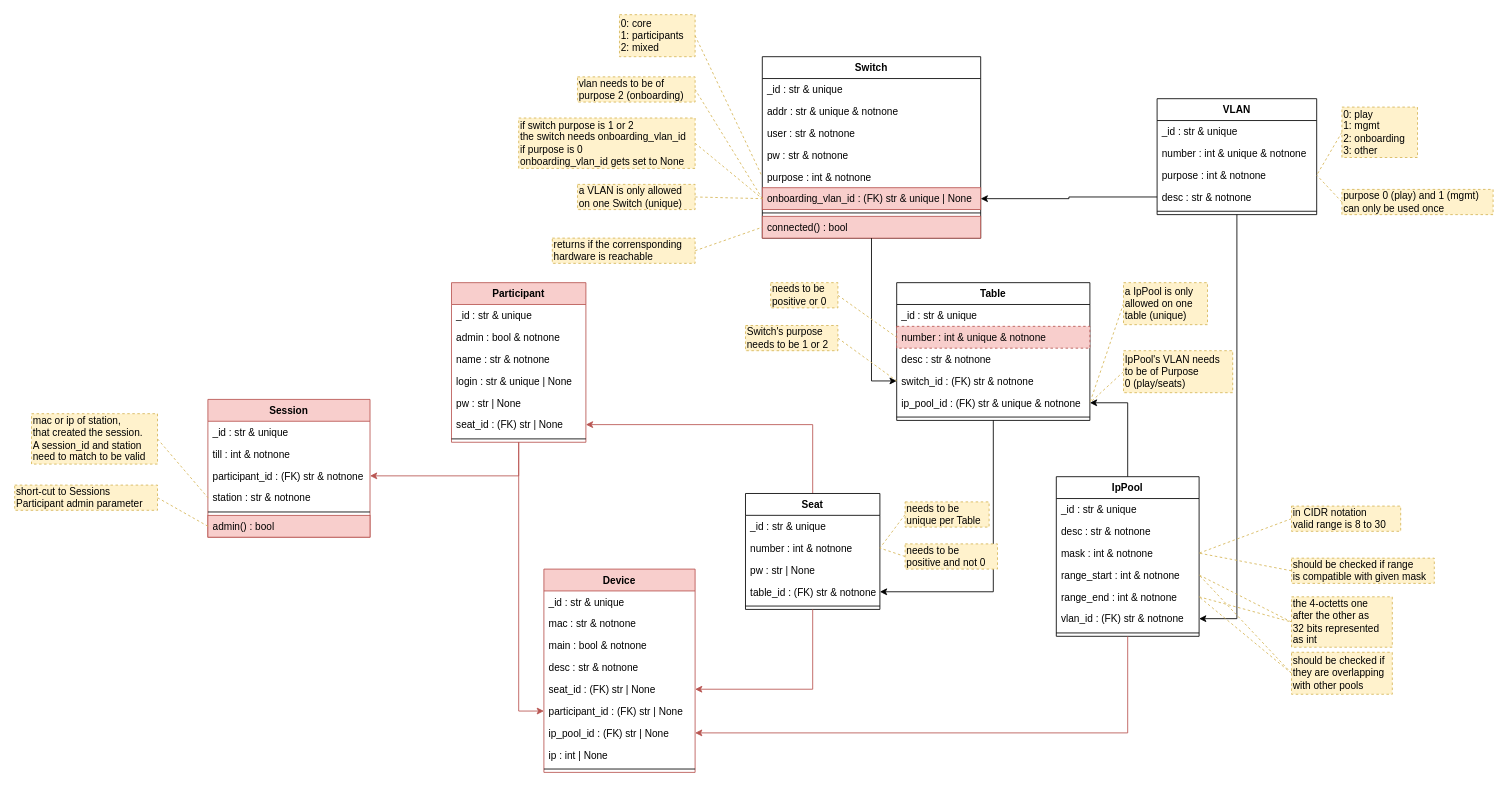
Above: docs/elements_classes.drawio in nils-ost/LanPartyOnboardingSystem (draw.io), before the change. Source tidied: cells renumbered, new cells numbered last; positions are measured from the earlier drawing's top-left corner, leaving out a move shared by most shapes. Both pictures are drawn from the tidied source at 84%, with x=0, y=0 at pixel (14, 14).
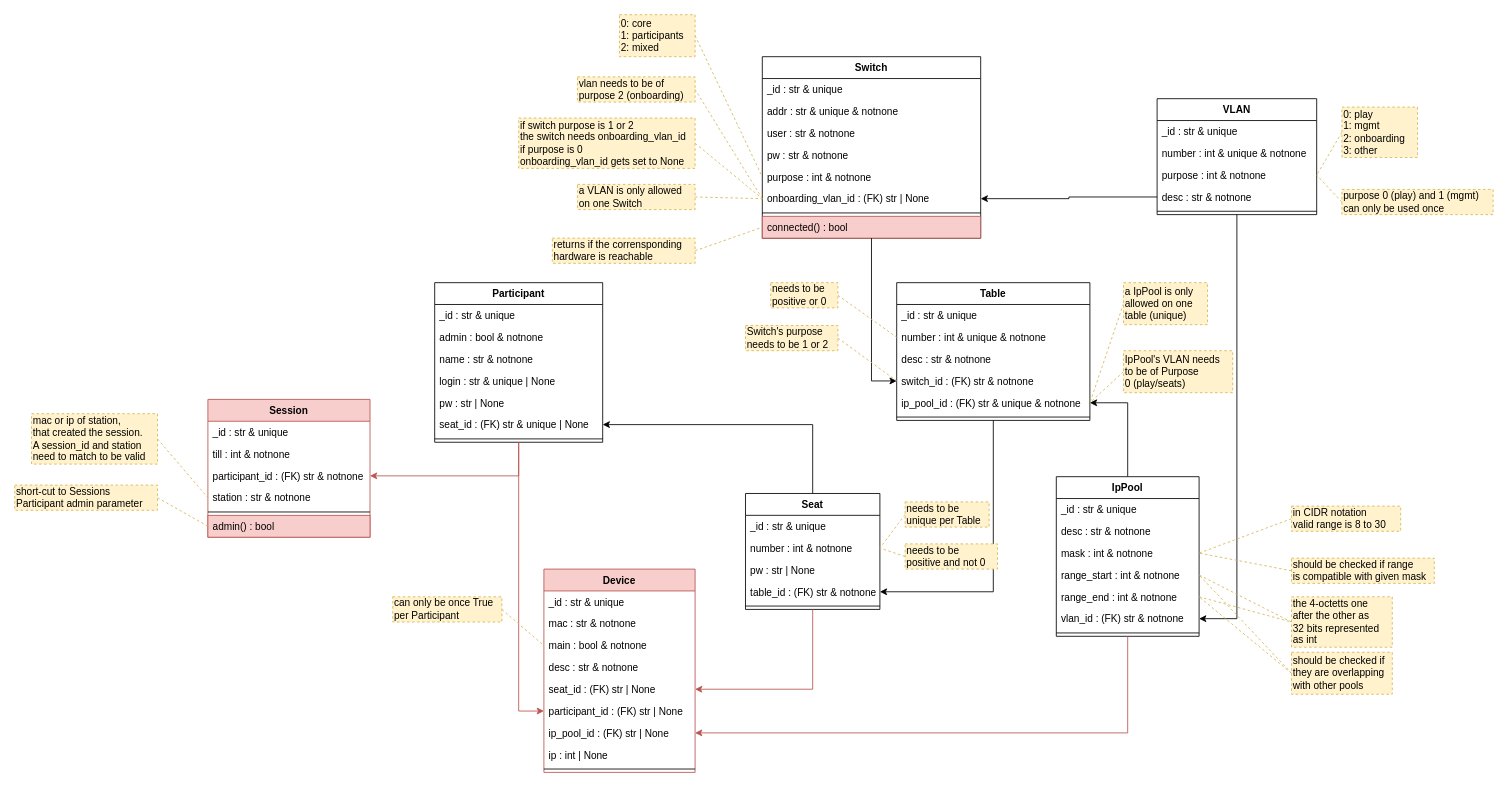
Above is the later version.

Commit message:
updated docu about element classes

Unchanged cells that the change refers to:
```xml
<mxCell id="9" value="Switch" style="swimlane;fontStyle=1;align=center;verticalAlign=top;horizontal=1;startSize=26;" parent="1" vertex="1">
  <mxGeometry x="890" y="50" width="260" height="216" as="geometry" />
</mxCell>
<mxCell id="23" value="Table" style="swimlane;fontStyle=1;align=center;verticalAlign=top;horizontal=1;startSize=26;" parent="1" vertex="1">
  <mxGeometry x="1050" y="319" width="230" height="164" as="geometry" />
</mxCell>
<mxCell id="44" value="Seat" style="swimlane;fontStyle=1;align=center;verticalAlign=top;horizontal=1;startSize=26;" parent="1" vertex="1">
  <mxGeometry x="870" y="570" width="160" height="138" as="geometry" />
</mxCell>
<mxCell id="62" value="main : bool &amp; notnone" style="text;strokeColor=none;fillColor=none;align=left;verticalAlign=top;spacingLeft=4;spacingRight=4;overflow=hidden;points=[[0,0.5],[1,0.5]];portConstraint=eastwest;" parent="59" vertex="1">
  <mxGeometry y="78" width="180" height="26" as="geometry" />
</mxCell>
```

Diff of the diagram source:
```diff
@@
-    <mxCell id="15" value="onboarding_vlan_id : (FK) str &amp; unique | None" style="text;align=left;verticalAlign=top;spacingLeft=4;spacingRight=4;overflow=hidden;points=[[0,0.5],[1,0.5]];portConstraint=eastwest;fillColor=#f8cecc;strokeColor=#b85450;" parent="9" vertex="1">
+    <mxCell id="15" value="onboarding_vlan_id : (FK) str | None" style="text;align=left;verticalAlign=top;spacingLeft=4;spacingRight=4;overflow=hidden;points=[[0,0.5],[1,0.5]];portConstraint=eastwest;" parent="9" vertex="1">
       <mxGeometry y="156" width="260" height="26" as="geometry" />
     </mxCell>
@@
-    <mxCell id="25" value="number : int &amp; unique &amp; notnone" style="text;strokeColor=#b85450;fillColor=#f8cecc;align=left;verticalAlign=top;spacingLeft=4;spacingRight=4;overflow=hidden;points=[[0,0.5],[1,0.5]];portConstraint=eastwest;dashed=1;" parent="23" vertex="1">
+    <mxCell id="25" value="number : int &amp; unique &amp; notnone" style="text;align=left;verticalAlign=top;spacingLeft=4;spacingRight=4;overflow=hidden;points=[[0,0.5],[1,0.5]];portConstraint=eastwest;dashed=1;" parent="23" vertex="1">
       <mxGeometry y="52" width="230" height="26" as="geometry" />
     </mxCell>
@@
-    <mxCell id="43" style="edgeStyle=orthogonalEdgeStyle;rounded=0;jettySize=auto;html=1;endArrow=classic;endFill=1;fillColor=#f8cecc;strokeColor=#b85450;" parent="1" edge="1" source="44" target="57">
+    <mxCell id="43" style="edgeStyle=orthogonalEdgeStyle;rounded=0;jettySize=auto;html=1;endArrow=classic;endFill=1;" parent="1" edge="1" source="44" target="57">
       <mxGeometry relative="1" as="geometry" />
     </mxCell>
@@
-    <mxCell id="51" value="Participant" style="swimlane;fontStyle=1;align=center;verticalAlign=top;horizontal=1;startSize=26;fillColor=#f8cecc;strokeColor=#b85450;" parent="1" vertex="1">
-      <mxGeometry x="520" y="319" width="160" height="190" as="geometry" />
+    <mxCell id="51" value="Participant" style="swimlane;fontStyle=1;align=center;verticalAlign=top;horizontal=1;startSize=26;" parent="1" vertex="1">
+      <mxGeometry x="500" y="319" width="200" height="190" as="geometry" />
     </mxCell>
     <mxCell id="52" value="_id : str &amp; unique" style="text;strokeColor=none;fillColor=none;align=left;verticalAlign=top;spacingLeft=4;spacingRight=4;overflow=hidden;" parent="51" vertex="1">
-      <mxGeometry y="26" width="160" height="26" as="geometry" />
+      <mxGeometry y="26" width="200" height="26" as="geometry" />
     </mxCell>
     <mxCell id="53" value="admin : bool &amp; notnone" style="text;strokeColor=none;fillColor=none;align=left;verticalAlign=top;spacingLeft=4;spacingRight=4;overflow=hidden;" parent="51" vertex="1">
-      <mxGeometry y="52" width="160" height="26" as="geometry" />
+      <mxGeometry y="52" width="200" height="26" as="geometry" />
     </mxCell>
     <mxCell id="54" value="name : str &amp; notnone" style="text;strokeColor=none;fillColor=none;align=left;verticalAlign=top;spacingLeft=4;spacingRight=4;overflow=hidden;" parent="51" vertex="1">
-      <mxGeometry y="78" width="160" height="26" as="geometry" />
+      <mxGeometry y="78" width="200" height="26" as="geometry" />
     </mxCell>
     <mxCell id="55" value="login : str &amp; unique | None" style="text;strokeColor=none;fillColor=none;align=left;verticalAlign=top;spacingLeft=4;spacingRight=4;overflow=hidden;" parent="51" vertex="1">
-      <mxGeometry y="104" width="160" height="26" as="geometry" />
+      <mxGeometry y="104" width="200" height="26" as="geometry" />
     </mxCell>
     <mxCell id="56" value="pw : str | None" style="text;strokeColor=none;fillColor=none;align=left;verticalAlign=top;spacingLeft=4;spacingRight=4;overflow=hidden;" parent="51" vertex="1">
-      <mxGeometry y="130" width="160" height="26" as="geometry" />
+      <mxGeometry y="130" width="200" height="26" as="geometry" />
     </mxCell>
-    <mxCell id="57" value="seat_id : (FK) str | None" style="text;strokeColor=none;fillColor=none;align=left;verticalAlign=top;spacingLeft=4;spacingRight=4;overflow=hidden;points=[[0,0.5],[1,0.5]];portConstraint=eastwest;" parent="51" vertex="1">
-      <mxGeometry y="156" width="160" height="26" as="geometry" />
+    <mxCell id="57" value="seat_id : (FK) str &amp; unique | None" style="text;strokeColor=none;fillColor=none;align=left;verticalAlign=top;spacingLeft=4;spacingRight=4;overflow=hidden;points=[[0,0.5],[1,0.5]];portConstraint=eastwest;" parent="51" vertex="1">
+      <mxGeometry y="156" width="200" height="26" as="geometry" />
     </mxCell>
     <mxCell id="58" style="line;strokeWidth=1;fillColor=none;align=left;verticalAlign=middle;spacingTop=-1;spacingLeft=3;spacingRight=3;labelPosition=right;" parent="51" vertex="1">
-      <mxGeometry y="182" width="160" height="8" as="geometry" />
+      <mxGeometry y="182" width="200" height="8" as="geometry" />
     </mxCell>
@@
-    <mxCell id="98" value="a VLAN is only allowed&lt;br&gt;on one Switch (unique)" style="rounded=0;whiteSpace=wrap;html=1;fillColor=#fff2cc;strokeColor=#d6b656;dashed=1;align=left;verticalAlign=middle;horizontal=1;labelPosition=center;verticalLabelPosition=middle;" parent="1" vertex="1">
+    <mxCell id="98" value="a VLAN is only allowed&lt;br&gt;on one Switch" style="rounded=0;whiteSpace=wrap;html=1;fillColor=#fff2cc;strokeColor=#d6b656;dashed=1;align=left;verticalAlign=middle;horizontal=1;labelPosition=center;verticalLabelPosition=middle;" parent="1" vertex="1">
       <mxGeometry x="670" y="202" width="140" height="30" as="geometry" />
     </mxCell>
@@
+    <mxCell id="113" style="rounded=0;jettySize=auto;html=1;exitX=1;exitY=0.5;exitDx=0;exitDy=0;entryX=0;entryY=0.5;entryDx=0;entryDy=0;dashed=1;endArrow=none;endFill=0;fillColor=#fff2cc;strokeColor=#d6b656;" parent="1" edge="1" source="114" target="62">
+      <mxGeometry relative="1" as="geometry" />
+    </mxCell>
+    <mxCell id="114" value="can only be once True&lt;br&gt;per Participant" style="rounded=0;whiteSpace=wrap;html=1;fillColor=#fff2cc;strokeColor=#d6b656;dashed=1;align=left;verticalAlign=middle;horizontal=1;labelPosition=center;verticalLabelPosition=middle;" parent="1" vertex="1">
+      <mxGeometry x="450" y="693" width="130" height="30" as="geometry" />
+    </mxCell>
```
